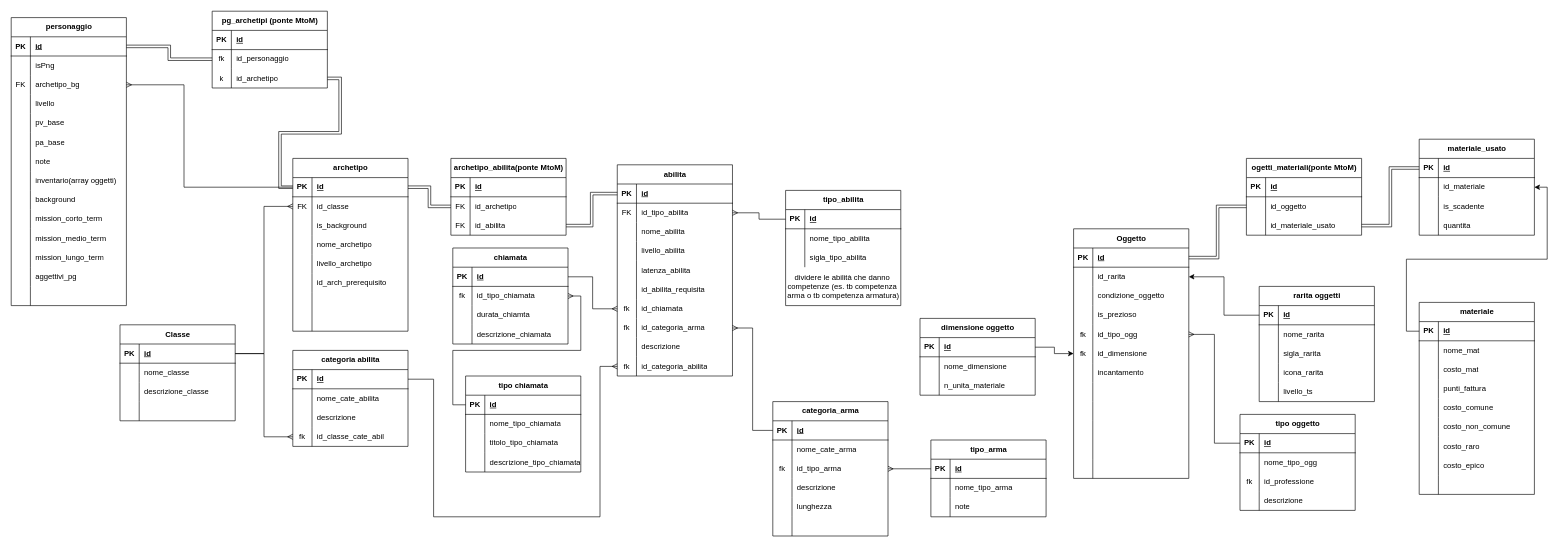
This is cronache.drawio from AntonioStrignano/conache-app, a draw.io file, before an edit. Source tidied: cells renumbered, new cells numbered last; positions are measured from the earlier drawing's top-left corner, leaving out a move shared by most shapes. Both pictures are drawn from the tidied source at 64%, with x=0, y=0 at pixel (11, 11).
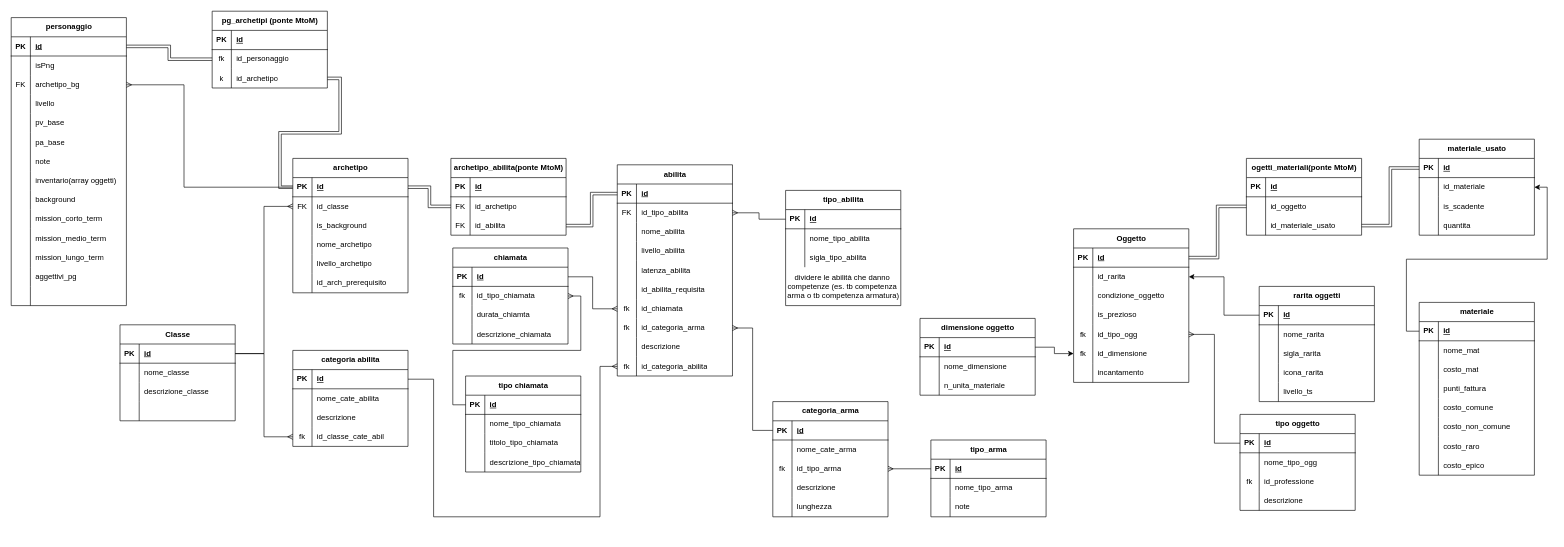
Above is the later version.

Diff of the diagram source:
```diff
@@
     <mxCell id="87" value="archetipo" style="shape=table;startSize=30;childLayout=tableLayout;rowLines=0;fontStyle=1;align=center;html=1;" parent="1" vertex="1">
-      <mxGeometry x="440" y="230" width="180" height="270" as="geometry" />
+      <mxGeometry x="440" y="230" width="180" height="210" as="geometry" />
     </mxCell>
@@
-    <mxCell id="106" style="shape=tableRow;horizontal=0;startSize=0;swimlaneHead=0;swimlaneBody=0;fillColor=none;top=0;left=0;right=0;bottom=0;" parent="87" vertex="1">
-      <mxGeometry y="210" width="180" height="30" as="geometry" />
-    </mxCell>
-    <mxCell id="107" style="shape=partialRectangle;fillColor=none;top=0;left=0;bottom=0;right=0;overflow=hidden;whiteSpace=wrap;html=1;" parent="106" vertex="1">
-      <mxGeometry width="30" height="30" as="geometry" />
-    </mxCell>
-    <mxCell id="108" style="shape=partialRectangle;fillColor=none;top=0;left=0;bottom=0;right=0;align=left;spacingLeft=6;overflow=hidden;whiteSpace=wrap;html=1;" parent="106" vertex="1">
-      <mxGeometry x="30" width="150" height="30" as="geometry" />
-    </mxCell>
-    <mxCell id="109" style="shape=tableRow;horizontal=0;startSize=0;swimlaneHead=0;swimlaneBody=0;fillColor=none;top=0;left=0;right=0;bottom=0;" parent="87" vertex="1">
-      <mxGeometry y="240" width="180" height="30" as="geometry" />
-    </mxCell>
-    <mxCell id="110" style="shape=partialRectangle;fillColor=none;top=0;left=0;bottom=0;right=0;overflow=hidden;whiteSpace=wrap;html=1;" parent="109" vertex="1">
-      <mxGeometry width="30" height="30" as="geometry" />
-    </mxCell>
-    <mxCell id="111" style="shape=partialRectangle;fillColor=none;top=0;left=0;bottom=0;right=0;align=left;spacingLeft=6;overflow=hidden;whiteSpace=wrap;html=1;" parent="109" vertex="1">
-      <mxGeometry x="30" width="150" height="30" as="geometry" />
-    </mxCell>
@@
     <mxCell id="165" value="categoria_arma" style="shape=table;startSize=30;childLayout=tableLayout;rowLines=0;fontStyle=1;align=center;html=1;" parent="1" vertex="1">
-      <mxGeometry x="1190" y="610" width="180" height="210" as="geometry" />
+      <mxGeometry x="1190" y="610" width="180" height="180" as="geometry" />
     </mxCell>
@@
-    <mxCell id="181" style="shape=tableRow;horizontal=0;startSize=0;swimlaneHead=0;swimlaneBody=0;fillColor=none;top=0;left=0;right=0;bottom=0;" parent="165" vertex="1">
-      <mxGeometry y="180" width="180" height="30" as="geometry" />
-    </mxCell>
-    <mxCell id="182" style="shape=partialRectangle;fillColor=none;top=0;left=0;bottom=0;right=0;overflow=hidden;whiteSpace=wrap;html=1;" parent="181" vertex="1">
-      <mxGeometry width="30" height="30" as="geometry" />
-    </mxCell>
-    <mxCell id="183" style="shape=partialRectangle;fillColor=none;top=0;left=0;bottom=0;right=0;align=left;spacingLeft=6;overflow=hidden;whiteSpace=wrap;html=1;" parent="181" vertex="1">
-      <mxGeometry x="30" width="150" height="30" as="geometry" />
-    </mxCell>
@@
     <mxCell id="226" value="Oggetto" style="shape=table;startSize=30;childLayout=tableLayout;rowLines=0;fontStyle=1;align=center;html=1;" parent="1" vertex="1">
-      <mxGeometry x="1660" y="340" width="180" height="390" as="geometry" />
+      <mxGeometry x="1660" y="340" width="180" height="240" as="geometry" />
     </mxCell>
@@
-    <mxCell id="248" style="shape=tableRow;horizontal=0;startSize=0;swimlaneHead=0;swimlaneBody=0;fillColor=none;top=0;left=0;right=0;bottom=0;" parent="226" vertex="1">
-      <mxGeometry y="240" width="180" height="30" as="geometry" />
-    </mxCell>
-    <mxCell id="249" style="shape=partialRectangle;fillColor=none;top=0;left=0;bottom=0;right=0;overflow=hidden;whiteSpace=wrap;html=1;" parent="248" vertex="1">
-      <mxGeometry width="30" height="30" as="geometry" />
-    </mxCell>
-    <mxCell id="250" style="shape=partialRectangle;fillColor=none;top=0;left=0;bottom=0;right=0;align=left;spacingLeft=6;overflow=hidden;whiteSpace=wrap;html=1;" parent="248" vertex="1">
-      <mxGeometry x="30" width="150" height="30" as="geometry" />
-    </mxCell>
-    <mxCell id="251" style="shape=tableRow;horizontal=0;startSize=0;swimlaneHead=0;swimlaneBody=0;fillColor=none;top=0;left=0;right=0;bottom=0;" parent="226" vertex="1">
-      <mxGeometry y="270" width="180" height="30" as="geometry" />
-    </mxCell>
-    <mxCell id="252" style="shape=partialRectangle;fillColor=none;top=0;left=0;bottom=0;right=0;overflow=hidden;whiteSpace=wrap;html=1;" parent="251" vertex="1">
-      <mxGeometry width="30" height="30" as="geometry" />
-    </mxCell>
-    <mxCell id="253" style="shape=partialRectangle;fillColor=none;top=0;left=0;bottom=0;right=0;align=left;spacingLeft=6;overflow=hidden;whiteSpace=wrap;html=1;" parent="251" vertex="1">
-      <mxGeometry x="30" width="150" height="30" as="geometry" />
-    </mxCell>
-    <mxCell id="254" style="shape=tableRow;horizontal=0;startSize=0;swimlaneHead=0;swimlaneBody=0;fillColor=none;top=0;left=0;right=0;bottom=0;" parent="226" vertex="1">
-      <mxGeometry y="300" width="180" height="30" as="geometry" />
-    </mxCell>
-    <mxCell id="255" style="shape=partialRectangle;fillColor=none;top=0;left=0;bottom=0;right=0;overflow=hidden;whiteSpace=wrap;html=1;" parent="254" vertex="1">
-      <mxGeometry width="30" height="30" as="geometry" />
-    </mxCell>
-    <mxCell id="256" style="shape=partialRectangle;fillColor=none;top=0;left=0;bottom=0;right=0;align=left;spacingLeft=6;overflow=hidden;whiteSpace=wrap;html=1;" parent="254" vertex="1">
-      <mxGeometry x="30" width="150" height="30" as="geometry" />
-    </mxCell>
-    <mxCell id="257" style="shape=tableRow;horizontal=0;startSize=0;swimlaneHead=0;swimlaneBody=0;fillColor=none;top=0;left=0;right=0;bottom=0;" parent="226" vertex="1">
-      <mxGeometry y="330" width="180" height="30" as="geometry" />
-    </mxCell>
-    <mxCell id="258" style="shape=partialRectangle;fillColor=none;top=0;left=0;bottom=0;right=0;overflow=hidden;whiteSpace=wrap;html=1;" parent="257" vertex="1">
-      <mxGeometry width="30" height="30" as="geometry" />
-    </mxCell>
-    <mxCell id="259" style="shape=partialRectangle;fillColor=none;top=0;left=0;bottom=0;right=0;align=left;spacingLeft=6;overflow=hidden;whiteSpace=wrap;html=1;" parent="257" vertex="1">
-      <mxGeometry x="30" width="150" height="30" as="geometry" />
-    </mxCell>
-    <mxCell id="260" style="shape=tableRow;horizontal=0;startSize=0;swimlaneHead=0;swimlaneBody=0;fillColor=none;top=0;left=0;right=0;bottom=0;" parent="226" vertex="1">
-      <mxGeometry y="360" width="180" height="30" as="geometry" />
-    </mxCell>
-    <mxCell id="261" style="shape=partialRectangle;fillColor=none;top=0;left=0;bottom=0;right=0;overflow=hidden;whiteSpace=wrap;html=1;" parent="260" vertex="1">
-      <mxGeometry width="30" height="30" as="geometry" />
-    </mxCell>
-    <mxCell id="262" style="shape=partialRectangle;fillColor=none;top=0;left=0;bottom=0;right=0;align=left;spacingLeft=6;overflow=hidden;whiteSpace=wrap;html=1;" parent="260" vertex="1">
-      <mxGeometry x="30" width="150" height="30" as="geometry" />
-    </mxCell>
@@
     <mxCell id="304" value="materiale" style="shape=table;startSize=30;childLayout=tableLayout;rowLines=0;fontStyle=1;align=center;html=1;" parent="1" vertex="1">
-      <mxGeometry x="2200" y="455" width="180" height="300" as="geometry" />
+      <mxGeometry x="2200" y="455" width="180" height="270" as="geometry" />
     </mxCell>
@@
-    <mxCell id="329" style="shape=tableRow;horizontal=0;startSize=0;swimlaneHead=0;swimlaneBody=0;fillColor=none;top=0;left=0;right=0;bottom=0;" parent="304" vertex="1">
-      <mxGeometry y="270" width="180" height="30" as="geometry" />
-    </mxCell>
-    <mxCell id="330" style="shape=partialRectangle;fillColor=none;top=0;left=0;bottom=0;right=0;overflow=hidden;whiteSpace=wrap;html=1;" parent="329" vertex="1">
-      <mxGeometry width="30" height="30" as="geometry" />
-    </mxCell>
-    <mxCell id="331" style="shape=partialRectangle;fillColor=none;top=0;left=0;bottom=0;right=0;align=left;spacingLeft=6;overflow=hidden;whiteSpace=wrap;html=1;" parent="329" vertex="1">
-      <mxGeometry x="30" width="150" height="30" as="geometry" />
-    </mxCell>
```
